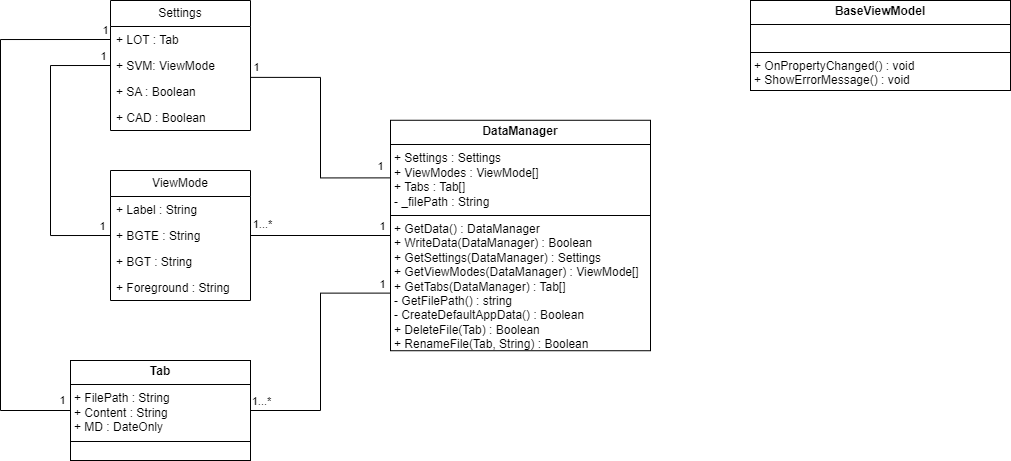
Above: Drafts/ClassDiagrams.drawio.png in scholzandre/BetterEditor (draw.io), before the change. Source tidied: cells renumbered, new cells last; positions are measured from the earlier drawing's top-left corner, leaving out a move shared by most shapes.
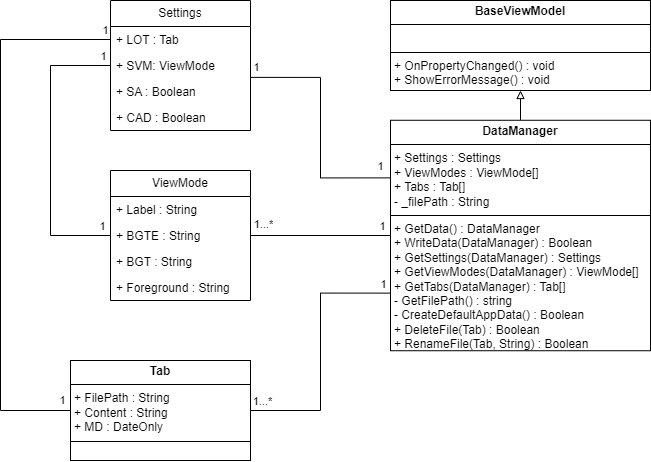
Above is the later version.

Commit message:
#fix class diagrams

Diff of the diagram source:
```diff
@@ -74,6 +74,9 @@
     <mxCell id="21" value="&lt;p style=&quot;margin:0px;margin-top:4px;text-align:center;&quot;&gt;&lt;b&gt;Tab&lt;/b&gt;&lt;/p&gt;&lt;hr size=&quot;1&quot; style=&quot;border-style:solid;&quot;&gt;&lt;p style=&quot;margin:0px;margin-left:4px;&quot;&gt;+ FilePath : String&lt;/p&gt;&lt;p style=&quot;margin:0px;margin-left:4px;&quot;&gt;+ Content : String&lt;/p&gt;&lt;p style=&quot;margin:0px;margin-left:4px;&quot;&gt;+ MD : DateOnly&lt;/p&gt;&lt;hr size=&quot;1&quot; style=&quot;border-style:solid;&quot;&gt;&lt;p style=&quot;margin:0px;margin-left:4px;&quot;&gt;&lt;br&gt;&lt;/p&gt;" style="verticalAlign=top;align=left;overflow=fill;html=1;whiteSpace=wrap;" parent="1" vertex="1">
       <mxGeometry x="70" y="360" width="180" height="100" as="geometry" />
     </mxCell>
+    <mxCell id="30" style="edgeStyle=orthogonalEdgeStyle;rounded=0;jettySize=auto;html=1;exitX=0.5;exitY=0;exitDx=0;exitDy=0;entryX=0.5;entryY=1;entryDx=0;entryDy=0;endArrow=block;endFill=0;" parent="1" edge="1" source="22" target="29">
+      <mxGeometry relative="1" as="geometry" />
+    </mxCell>
     <mxCell id="22" value="&lt;p style=&quot;margin:0px;margin-top:4px;text-align:center;&quot;&gt;&lt;b&gt;DataManager&lt;/b&gt;&lt;/p&gt;&lt;hr size=&quot;1&quot; style=&quot;border-style:solid;&quot;&gt;&lt;p style=&quot;margin:0px;margin-left:4px;&quot;&gt;+ Settings : Settings&lt;/p&gt;&lt;p style=&quot;margin:0px;margin-left:4px;&quot;&gt;+ ViewModes : ViewMode[]&lt;/p&gt;&lt;p style=&quot;margin:0px;margin-left:4px;&quot;&gt;+ Tabs : Tab[]&lt;/p&gt;&lt;p style=&quot;margin:0px;margin-left:4px;&quot;&gt;- _filePath : String&lt;/p&gt;&lt;hr size=&quot;1&quot; style=&quot;border-style:solid;&quot;&gt;&lt;p style=&quot;margin:0px;margin-left:4px;&quot;&gt;+ GetData() : DataManager&lt;/p&gt;&lt;p style=&quot;margin:0px;margin-left:4px;&quot;&gt;+ WriteData(DataManager) : Boolean&lt;/p&gt;&lt;p style=&quot;margin:0px;margin-left:4px;&quot;&gt;+ GetSettings(DataManager) : Settings&lt;/p&gt;&lt;p style=&quot;margin:0px;margin-left:4px;&quot;&gt;+ GetViewModes(DataManager) : ViewMode[]&lt;/p&gt;&lt;p style=&quot;margin:0px;margin-left:4px;&quot;&gt;+ GetTabs(DataManager) : Tab[]&lt;span style=&quot;background-color: initial;&quot;&gt;&amp;nbsp;&lt;/span&gt;&lt;/p&gt;&lt;p style=&quot;margin:0px;margin-left:4px;&quot;&gt;&lt;span style=&quot;background-color: initial;&quot;&gt;- GetFilePath() : string&lt;/span&gt;&lt;/p&gt;&lt;p style=&quot;margin:0px;margin-left:4px;&quot;&gt;&lt;span style=&quot;background-color: initial;&quot;&gt;- CreateDefaultAppData() : Boolean&lt;/span&gt;&lt;/p&gt;&lt;p style=&quot;margin:0px;margin-left:4px;&quot;&gt;&lt;span style=&quot;background-color: initial;&quot;&gt;+ DeleteFile(Tab) : Boolean&lt;/span&gt;&lt;/p&gt;&lt;p style=&quot;margin:0px;margin-left:4px;&quot;&gt;&lt;span style=&quot;background-color: initial;&quot;&gt;+ RenameFile(Tab, String) : Boolean&lt;/span&gt;&lt;/p&gt;" style="verticalAlign=top;align=left;overflow=fill;html=1;whiteSpace=wrap;" parent="1" vertex="1">
       <mxGeometry x="390" y="119.8" width="260" height="230.5" as="geometry" />
     </mxCell>
@@ -114,7 +117,7 @@
       </mxGeometry>
     </mxCell>
     <mxCell id="29" value="&lt;p style=&quot;margin:0px;margin-top:4px;text-align:center;&quot;&gt;&lt;b&gt;BaseViewModel&lt;/b&gt;&lt;/p&gt;&lt;hr size=&quot;1&quot; style=&quot;border-style:solid;&quot;&gt;&lt;p style=&quot;margin:0px;margin-left:4px;&quot;&gt;&lt;br&gt;&lt;/p&gt;&lt;hr size=&quot;1&quot; style=&quot;border-style:solid;&quot;&gt;&lt;p style=&quot;margin:0px;margin-left:4px;&quot;&gt;+ OnPropertyChanged() : void&lt;/p&gt;&lt;p style=&quot;margin:0px;margin-left:4px;&quot;&gt;+ ShowErrorMessage() : void&lt;/p&gt;" style="verticalAlign=top;align=left;overflow=fill;html=1;whiteSpace=wrap;" parent="1" vertex="1">
-      <mxGeometry x="750" width="260" height="90" as="geometry" />
+      <mxGeometry x="390" width="260" height="90" as="geometry" />
     </mxCell>
   </root>
 </mxGraphModel>
```
